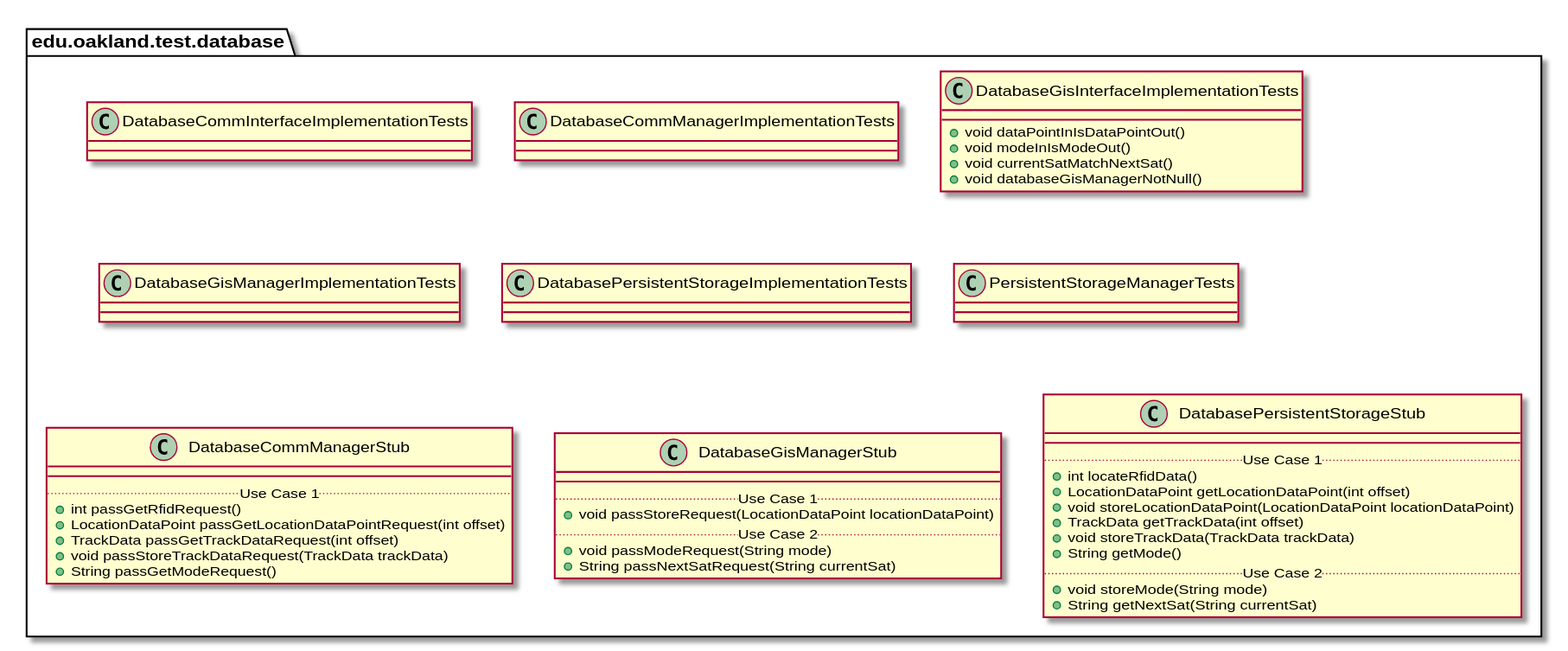
elilley15/csi-3370-software-project keeps this PlantUML diagram as docs/uml-class-diagrams/database/test/DatabaseTestPackage.svg. Above is the earlier version.
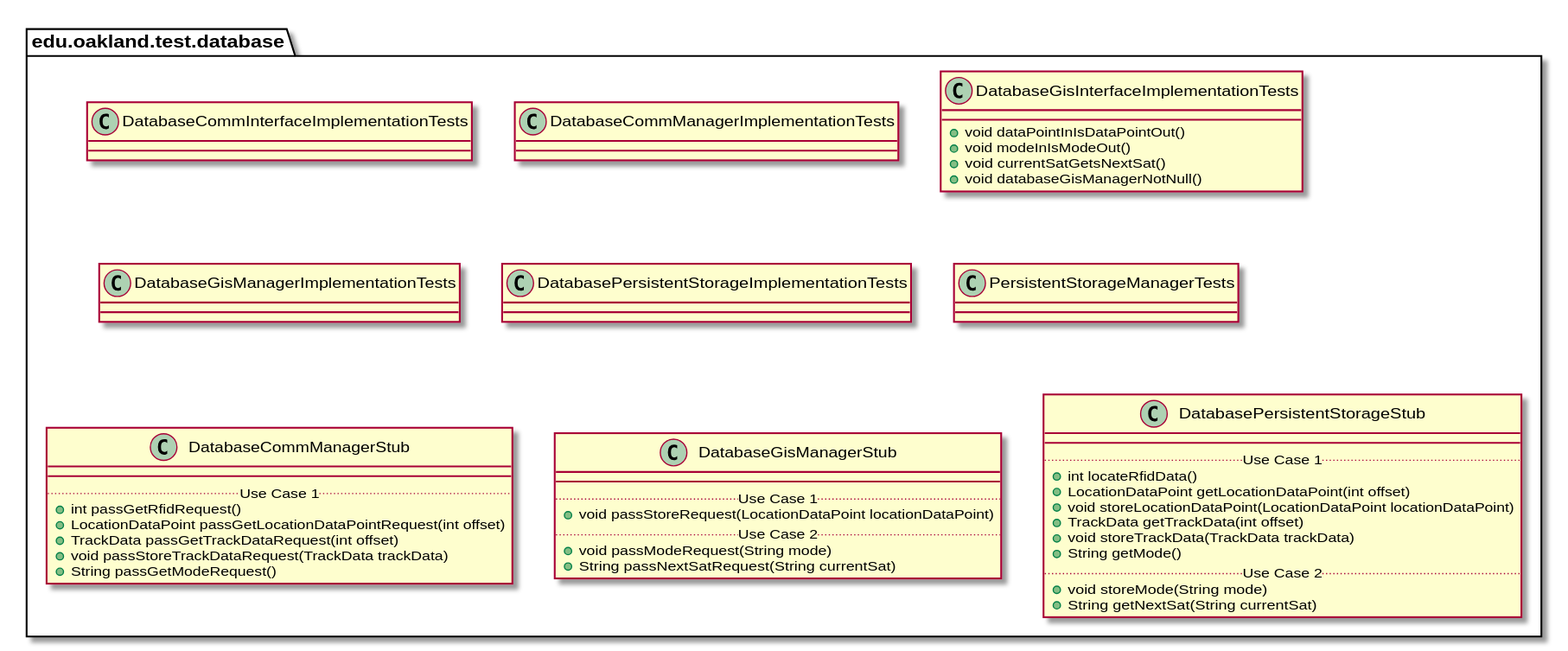
After the change.

Diff of the diagram source:
```diff
@@ -23,7 +23,7 @@
     class DatabaseGisInterfaceImplementationTests {
         + void dataPointInIsDataPointOut()
         + void modeInIsModeOut()
-        + void currentSatMatchNextSat()
+        + void currentSatGetsNextSat()
         + void databaseGisManagerNotNull()
     }
 }
```
